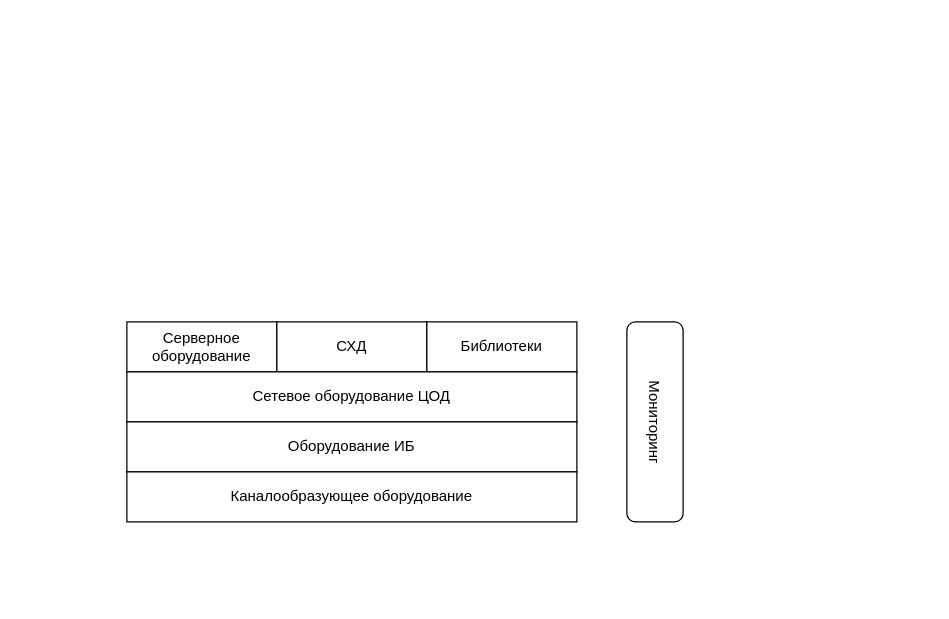
VictoriaRassomagina/my_projects keeps this draw.io diagram as Диаграмма без названия.drawio. Above is the earlier version. Source tidied: cells renumbered, new cells numbered last; positions are measured from the earlier drawing's top-left corner, leaving out a move shared by most shapes. Both pictures are drawn from the tidied source at 125%, with x=0, y=0 at pixel (126, 321).
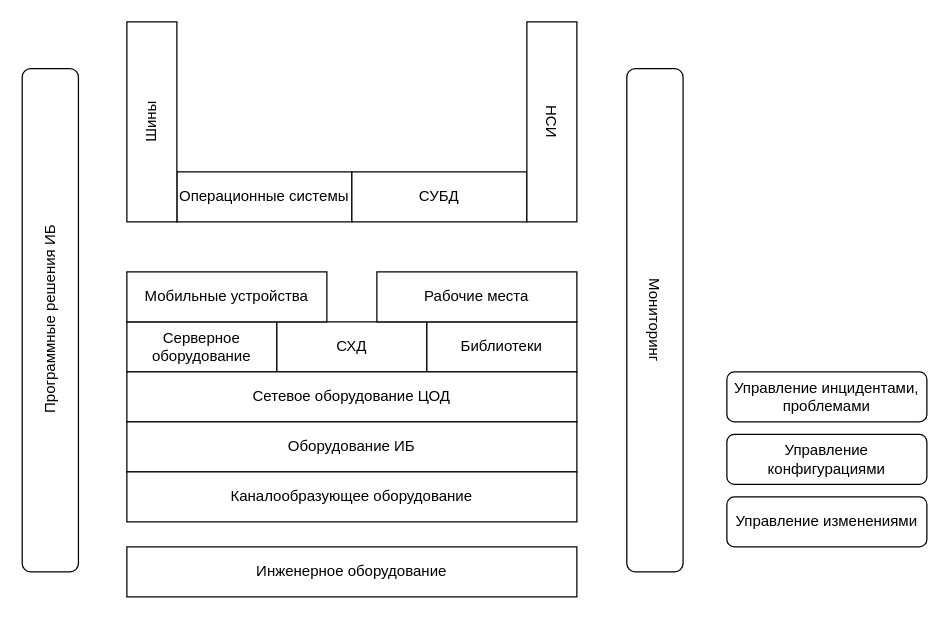
Above is the later version.

What changed in the source:
```diff
@@
 <mxGraphModel>
   <root>
     <mxCell id="0" />
     <mxCell id="1" parent="0" />
     <mxCell id="2" value="Серверное оборудование" style="rounded=0;whiteSpace=wrap;html=1;" parent="1" vertex="1">
       <mxGeometry width="120" height="40" as="geometry" />
     </mxCell>
     <mxCell id="3" value="СХД" style="rounded=0;whiteSpace=wrap;html=1;" parent="1" vertex="1">
       <mxGeometry x="120" width="120" height="40" as="geometry" />
     </mxCell>
     <mxCell id="4" value="Библиотеки" style="rounded=0;whiteSpace=wrap;html=1;" parent="1" vertex="1">
       <mxGeometry x="240" width="120" height="40" as="geometry" />
     </mxCell>
     <mxCell id="5" value="Сетевое оборудование ЦОД" style="rounded=0;whiteSpace=wrap;html=1;" parent="1" vertex="1">
       <mxGeometry y="40" width="360" height="40" as="geometry" />
     </mxCell>
     <mxCell id="6" value="Оборудование ИБ" style="rounded=0;whiteSpace=wrap;html=1;" parent="1" vertex="1">
       <mxGeometry y="80" width="360" height="40" as="geometry" />
     </mxCell>
     <mxCell id="7" value="Каналообразующее оборудование" style="rounded=0;whiteSpace=wrap;html=1;" parent="1" vertex="1">
       <mxGeometry y="120" width="360" height="40" as="geometry" />
     </mxCell>
     <mxCell id="8" value="Мониторинг" style="rounded=1;whiteSpace=wrap;html=1;rotation=90;" parent="1" vertex="1">
-      <mxGeometry x="342.5" y="57.5" width="160" height="45" as="geometry" />
+      <mxGeometry x="221.2" y="-23.8" width="402.5" height="45" as="geometry" />
     </mxCell>
+    <mxCell id="9" value="Управление инцидентами, проблемами" style="rounded=1;whiteSpace=wrap;html=1;rotation=0;" parent="1" vertex="1">
+      <mxGeometry x="480" y="40" width="160" height="40" as="geometry" />
+    </mxCell>
+    <mxCell id="10" value="Управление конфигурациями" style="rounded=1;whiteSpace=wrap;html=1;rotation=0;" parent="1" vertex="1">
+      <mxGeometry x="480" y="90" width="160" height="40" as="geometry" />
+    </mxCell>
+    <mxCell id="11" value="Мобильные устройства" style="rounded=0;whiteSpace=wrap;html=1;" parent="1" vertex="1">
+      <mxGeometry y="-40" width="160" height="40" as="geometry" />
+    </mxCell>
+    <mxCell id="12" value="Рабочие места" style="rounded=0;whiteSpace=wrap;html=1;" parent="1" vertex="1">
+      <mxGeometry x="200" y="-40" width="160" height="40" as="geometry" />
+    </mxCell>
+    <mxCell id="13" value="Инженерное оборудование" style="rounded=0;whiteSpace=wrap;html=1;" parent="1" vertex="1">
+      <mxGeometry y="180" width="360" height="40" as="geometry" />
+    </mxCell>
+    <mxCell id="14" value="Операционные системы" style="rounded=0;whiteSpace=wrap;html=1;" parent="1" vertex="1">
+      <mxGeometry x="40" y="-120" width="140" height="40" as="geometry" />
+    </mxCell>
+    <mxCell id="15" value="СУБД" style="rounded=0;whiteSpace=wrap;html=1;" parent="1" vertex="1">
+      <mxGeometry x="180" y="-120" width="140" height="40" as="geometry" />
+    </mxCell>
+    <mxCell id="16" value="Программные решения ИБ" style="rounded=1;whiteSpace=wrap;html=1;rotation=-90;" parent="1" vertex="1">
+      <mxGeometry x="-262.5" y="-23.8" width="402.5" height="45" as="geometry" />
+    </mxCell>
+    <mxCell id="17" value="Шины" style="rounded=0;whiteSpace=wrap;html=1;rotation=-90;" parent="1" vertex="1">
+      <mxGeometry x="-60" y="-180" width="160" height="40" as="geometry" />
+    </mxCell>
+    <mxCell id="18" value="НСИ" style="rounded=0;whiteSpace=wrap;html=1;rotation=90;" parent="1" vertex="1">
+      <mxGeometry x="260" y="-180" width="160" height="40" as="geometry" />
+    </mxCell>
+    <mxCell id="19" value="Управление изменениями" style="rounded=1;whiteSpace=wrap;html=1;rotation=0;" parent="1" vertex="1">
+      <mxGeometry x="480" y="140" width="160" height="40" as="geometry" />
+    </mxCell>
   </root>
 </mxGraphModel>
```
